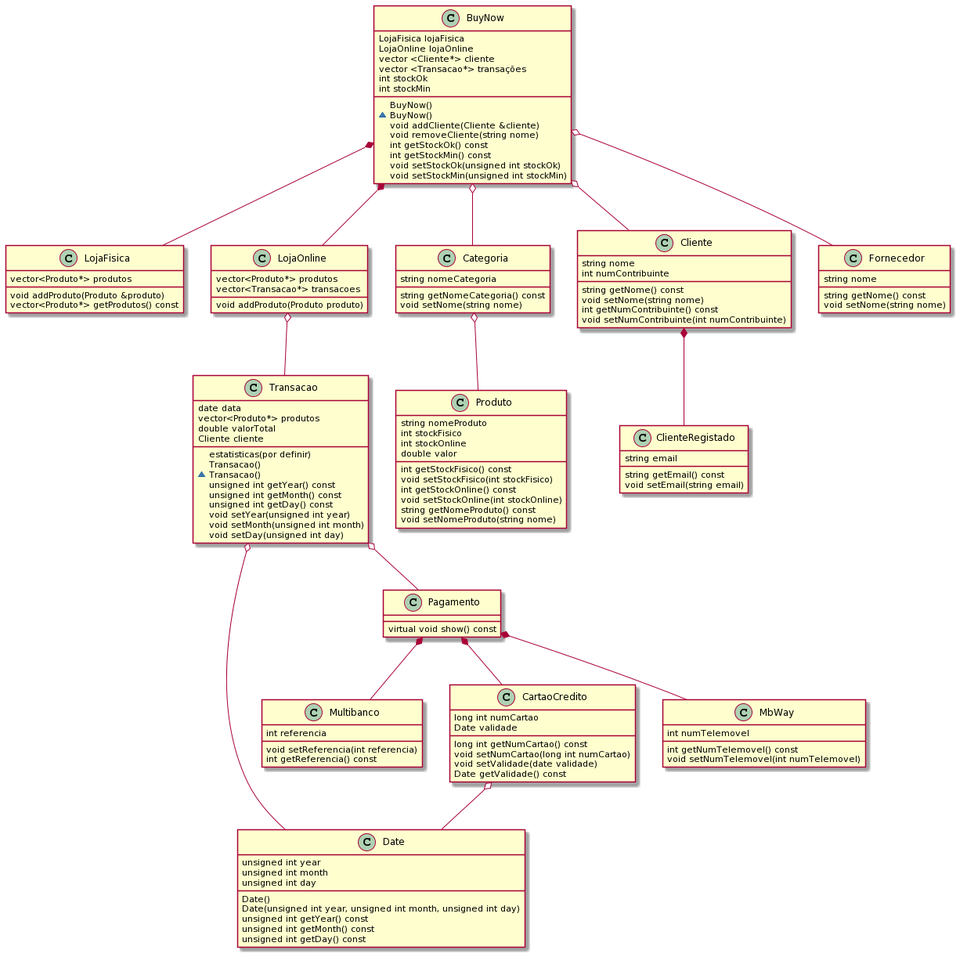
Above: Diagrama Classes e Site/DiagramaClasses.png in ruialves35/Projeto-AEDA (PlantUML), before the change.
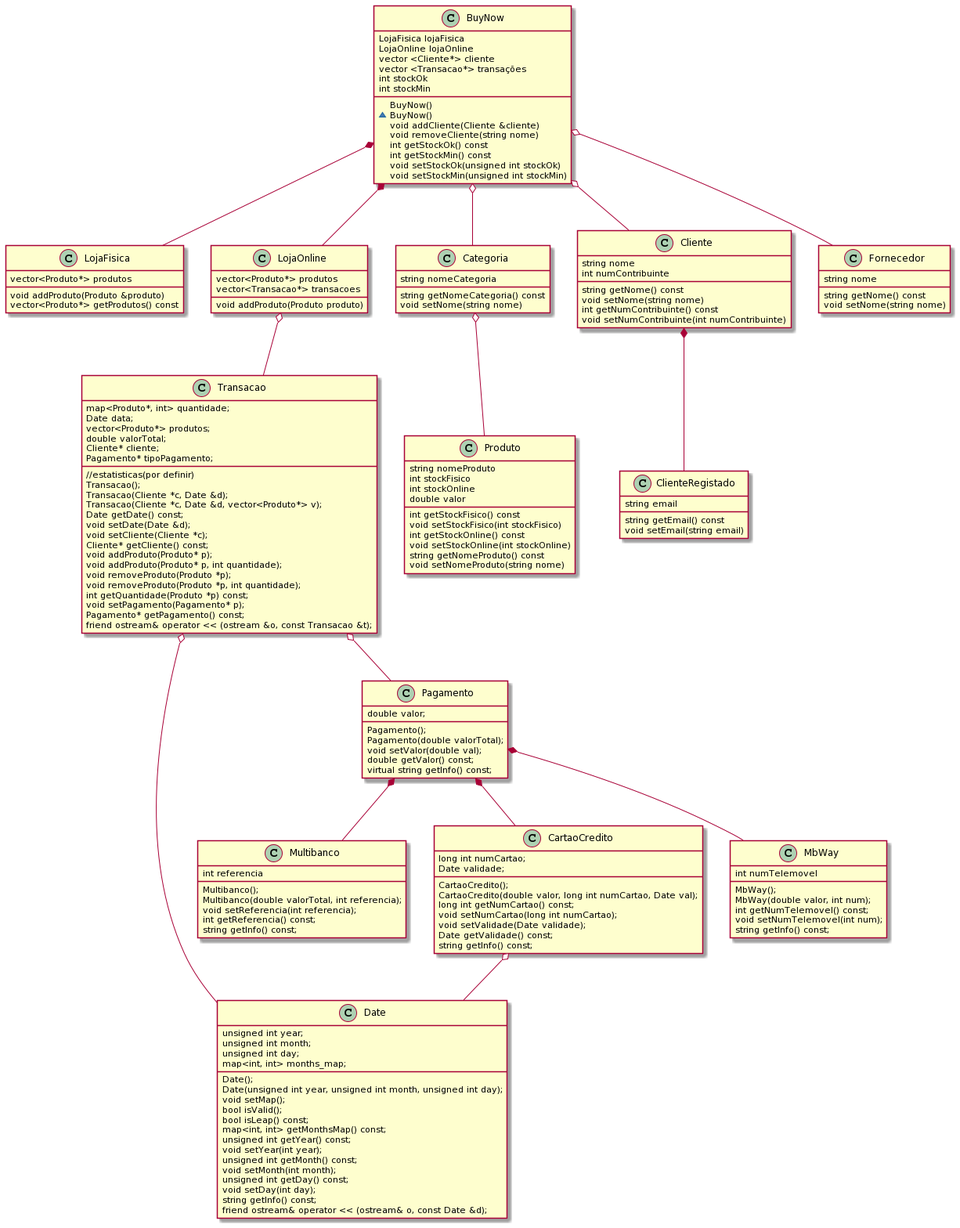
Later version of the same file.

Commit message:
Atualizacao do Diagrama de Classes

Change to the diagram source:
```diff
@@ -18,55 +18,83 @@
 }
 
 class Transacao {
-   date data
-   vector<Produto*> produtos
-   double valorTotal
-   estatisticas(por definir)
-   Cliente cliente
+    map<Produto*, int> quantidade;
+    Date data;
+    vector<Produto*> produtos;
+    double valorTotal;
+    //estatisticas(por definir)
+    Cliente* cliente;
+    Pagamento* tipoPagamento;
 
-   Transacao()
-   ~Transacao()
-   unsigned int getYear() const
-   unsigned int getMonth() const
-   unsigned int getDay() const
-   void setYear(unsigned int year)
-   void setMonth(unsigned int month)
-   void setDay(unsigned int day)
+    Transacao();
+    Transacao(Cliente *c, Date &d);
+    Transacao(Cliente *c, Date &d, vector<Produto*> v);
+    Date getDate() const;
+    void setDate(Date &d);
+    void setCliente(Cliente *c);
+    Cliente* getCliente() const;
+    void addProduto(Produto* p);
+    void addProduto(Produto* p, int quantidade);
+    void removeProduto(Produto *p);
+    void removeProduto(Produto *p, int quantidade);
+    int getQuantidade(Produto *p) const;
+    void setPagamento(Pagamento* p);
+    Pagamento* getPagamento() const;
+    friend ostream& operator << (ostream &o, const Transacao &t);
 }
 
 class Multibanco{
    int referencia
 
-   void setReferencia(int referencia)
-   int getReferencia() const
+    Multibanco();
+    Multibanco(double valorTotal, int referencia);
+    void setReferencia(int referencia);
+    int getReferencia() const;
+    string getInfo() const;
 }
 
 class CartaoCredito{
-   long int numCartao
-   Date validade
+    long int numCartao;
+    Date validade;
 
-   long int getNumCartao() const
-   void setNumCartao(long int numCartao)
-   void setValidade(date validade)
-   Date getValidade() const
+    CartaoCredito();
+    CartaoCredito(double valor, long int numCartao, Date val);
+    long int getNumCartao() const;
+    void setNumCartao(long int numCartao);
+    void setValidade(Date validade);
+    Date getValidade() const;
+    string getInfo() const;
 }
 class MbWay{
    int numTelemovel
 
-   int getNumTelemovel() const
-   void setNumTelemovel(int numTelemovel)
+    MbWay();
+    MbWay(double valor, int num);
+    int getNumTelemovel() const;
+    void setNumTelemovel(int num);
+    string getInfo() const;
 }
 
 class Date{
-   unsigned int year
-   unsigned int month
-   unsigned int day
+    unsigned int year;
+    unsigned int month;
+    unsigned int day;
+    map<int, int> months_map;
 
-   Date()
-   Date(unsigned int year, unsigned int month, unsigned int day)
-   unsigned int getYear() const
-   unsigned int getMonth() const
-   unsigned int getDay() const
+    Date();
+    Date(unsigned int year, unsigned int month, unsigned int day);
+    void setMap();
+    bool isValid();
+    bool isLeap() const;
+    map<int, int> getMonthsMap() const;
+    unsigned int getYear() const;
+    void setYear(int year);
+    unsigned int getMonth() const;
+    void setMonth(int month);
+    unsigned int getDay() const;
+    void setDay(int day);
+    string getInfo() const;
+    friend ostream& operator << (ostream& o, const Date &d);
 }
 
 class LojaFisica{
@@ -129,7 +157,13 @@
 }
 
 class Pagamento{
-   virtual void show() const
+    double valor;
+
+    Pagamento();
+    Pagamento(double valorTotal);
+    void setValor(double val);
+    double getValor() const;
+    virtual string getInfo() const;
 }
 
 BuyNow *-- LojaFisica
@@ -139,12 +173,11 @@
 BuyNow o-- Fornecedor
 Categoria o-- Produto
 LojaOnline o-- Transacao
+Pagamento*-- MbWay
+Pagamento*-- CartaoCredito
+Pagamento*-- Multibanco
+Transacao o-- Date
 Transacao o-- Pagamento
-Pagamento *-- MbWay
-Pagamento *-- CartaoCredito
-Pagamento *--Multibanco
-
-Transacao o-- Date
 CartaoCredito o-- Date
 Cliente *-- ClienteRegistado
 @enduml
```
